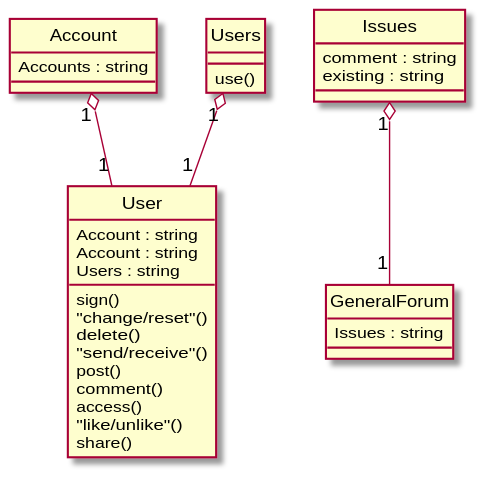
Earlier version of the PlantUML export Diagrams/2016-USC-Project08.svg (xixixhalu/DomainModelExtractor).
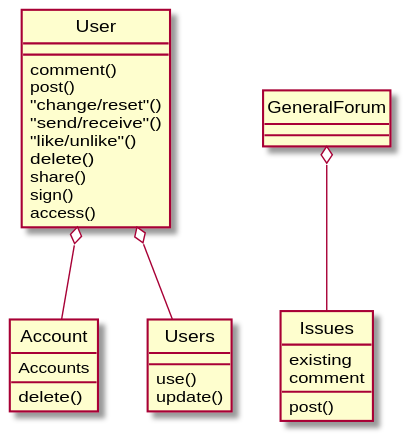
After the commit.

Change to the diagram source:
```diff
@@ -1,33 +1,32 @@
 @startuml
 hide circle
 class User {
-	Account : string
-	Account : string
-	Users : string
+	comment()
+	post()
+	"change/reset"()
+	"send/receive"()
+	"like/unlike"()
+	delete()
+	share()
 	sign()
-	"change/reset"()
-	delete()
-	"send/receive"()
-	post()
-	comment()
 	access()
-	"like/unlike"()
-	share()
 }
 class Issues {
-	comment : string
-	existing : string
+	existing
+	comment
+	post()
 }
 class GeneralForum {
-	Issues : string
 }
 class Account {
-	Accounts : string
+	Accounts
+	delete()
 }
 class Users {
 	use()
+	update()
 }
-Account "1" o-- "1" User
-Issues "1" o-- "1" GeneralForum
-Users "1" o-- "1" User
+User o-- Users
+GeneralForum o-- Issues
+User o-- Account
 @enduml
```
